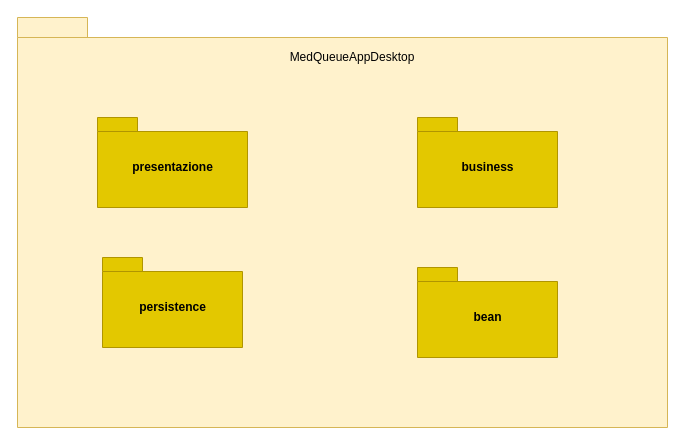
Earlier version of the draw.io diagram Documenti/ODD/Packages/PackagerAppDesktop.drawio (Givaa/MedQueue). Source tidied: cells renumbered, new cells numbered last; positions are measured from the earlier drawing's top-left corner, leaving out a move shared by most shapes. Both pictures are drawn from the tidied source at 100%, with x=0, y=0 at pixel (17, 17).
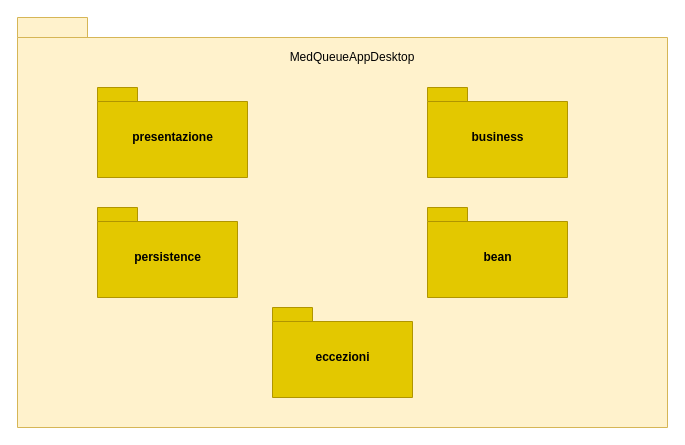
After the change.

What changed in the source:
```diff
@@
 <mxGraphModel>
   <root>
     <mxCell id="0" />
     <mxCell id="1" parent="0" />
     <mxCell id="2" style="shape=folder;fontStyle=1;spacingTop=10;tabWidth=70;tabHeight=20;tabPosition=left;html=1;fillColor=#fff2cc;strokeColor=#d6b656;" parent="1" vertex="1">
       <mxGeometry width="650" height="410" as="geometry" />
     </mxCell>
     <mxCell id="3" value="MedQueueAppDesktop" style="text;html=1;strokeColor=none;fillColor=none;align=center;verticalAlign=middle;whiteSpace=wrap;rounded=0;" parent="1" vertex="1">
       <mxGeometry x="315" y="30" width="40" height="20" as="geometry" />
     </mxCell>
     <mxCell id="4" value="&lt;font color=&quot;#000000&quot;&gt;presentazione&lt;/font&gt;" style="shape=folder;fontStyle=1;spacingTop=10;tabWidth=40;tabHeight=14;tabPosition=left;html=1;fillColor=#e3c800;strokeColor=#B09500;fontColor=#ffffff;" parent="1" vertex="1">
-      <mxGeometry x="80" y="100" width="150" height="90" as="geometry" />
+      <mxGeometry x="80" y="70" width="150" height="90" as="geometry" />
     </mxCell>
     <mxCell id="5" value="&lt;font color=&quot;#000000&quot;&gt;business&lt;/font&gt;" style="shape=folder;fontStyle=1;spacingTop=10;tabWidth=40;tabHeight=14;tabPosition=left;html=1;fillColor=#e3c800;strokeColor=#B09500;fontColor=#ffffff;" parent="1" vertex="1">
-      <mxGeometry x="400" y="100" width="140" height="90" as="geometry" />
+      <mxGeometry x="410" y="70" width="140" height="90" as="geometry" />
     </mxCell>
     <mxCell id="6" value="&lt;font color=&quot;#000000&quot;&gt;persistence&lt;/font&gt;" style="shape=folder;fontStyle=1;spacingTop=10;tabWidth=40;tabHeight=14;tabPosition=left;html=1;fillColor=#e3c800;strokeColor=#B09500;fontColor=#ffffff;" parent="1" vertex="1">
-      <mxGeometry x="85" y="240" width="140" height="90" as="geometry" />
+      <mxGeometry x="80" y="190" width="140" height="90" as="geometry" />
     </mxCell>
     <mxCell id="7" value="&lt;font color=&quot;#000000&quot;&gt;bean&lt;/font&gt;" style="shape=folder;fontStyle=1;spacingTop=10;tabWidth=40;tabHeight=14;tabPosition=left;html=1;fillColor=#e3c800;strokeColor=#B09500;fontColor=#ffffff;" parent="1" vertex="1">
-      <mxGeometry x="400" y="250" width="140" height="90" as="geometry" />
+      <mxGeometry x="410" y="190" width="140" height="90" as="geometry" />
     </mxCell>
+    <mxCell id="8" value="&lt;font color=&quot;#000000&quot;&gt;eccezioni&lt;/font&gt;" style="shape=folder;fontStyle=1;spacingTop=10;tabWidth=40;tabHeight=14;tabPosition=left;html=1;fillColor=#e3c800;strokeColor=#B09500;fontColor=#ffffff;" parent="1" vertex="1">
+      <mxGeometry x="255" y="290" width="140" height="90" as="geometry" />
+    </mxCell>
   </root>
 </mxGraphModel>
```
